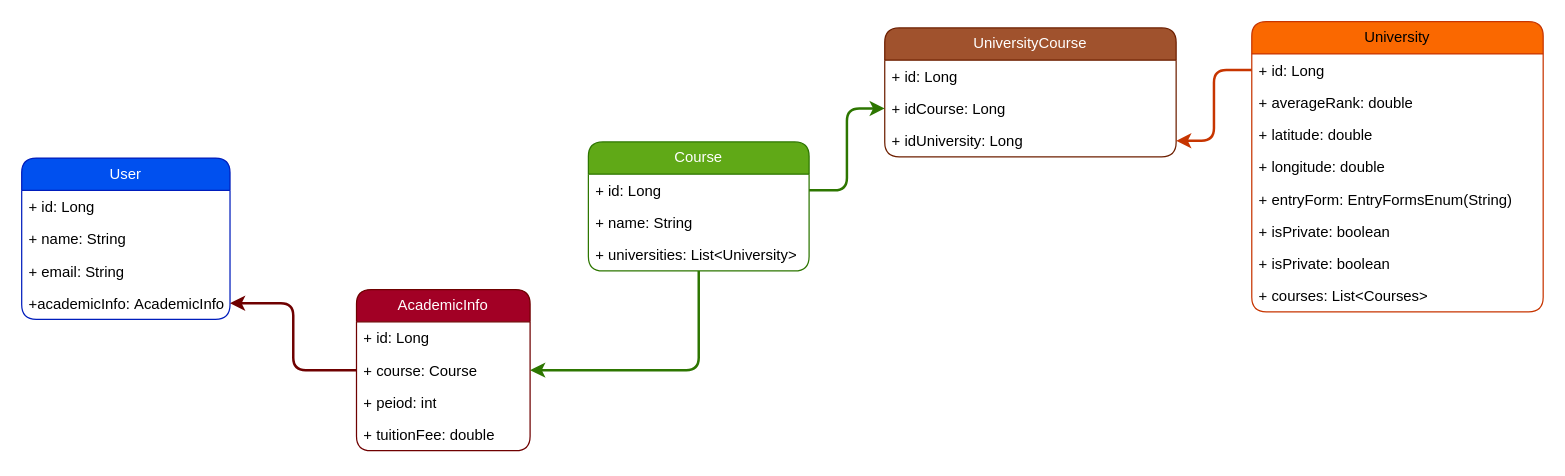
Above: EntityDiagram.drawio in RayCoWYDEN/rayco-docs (draw.io), before the change. Source tidied: cells renumbered, new cells numbered last; positions are measured from the earlier drawing's top-left corner, leaving out a move shared by most shapes. Both pictures are drawn from the tidied source at 124%, with x=0, y=0 at pixel (21, 21).
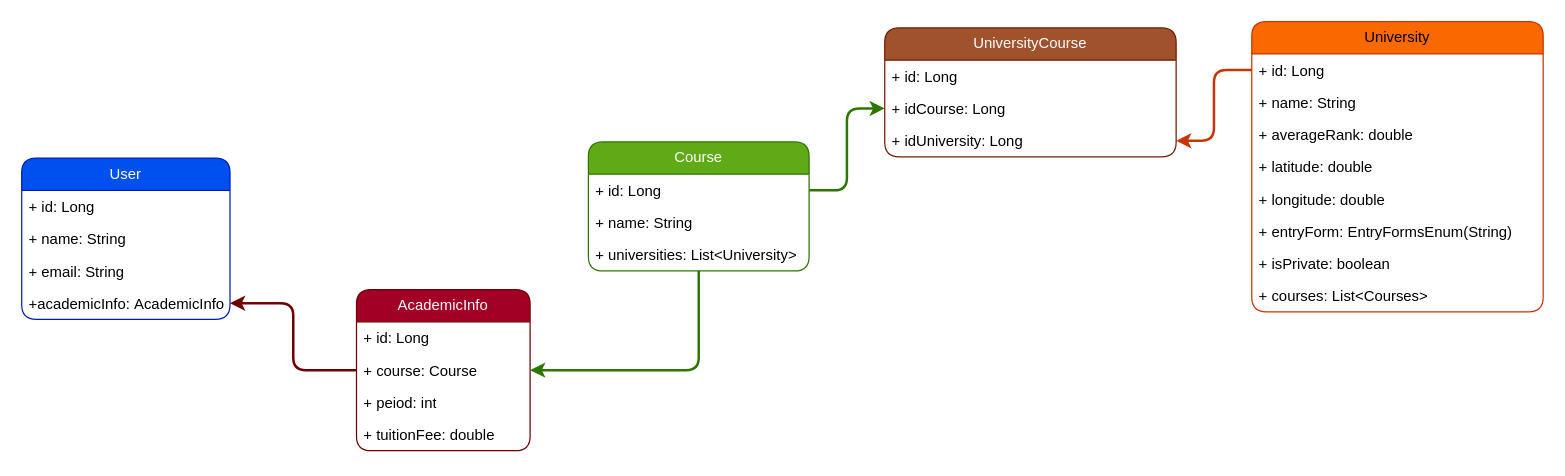
After the change.

The change refers to these unchanged cells:
```xml
<mxCell id="18" value="University" style="swimlane;fontStyle=0;horizontal=1;startSize=26;fillColor=#fa6800;whiteSpace=wrap;html=1;rounded=1;strokeColor=#C73500;fontColor=#000000;" parent="1" vertex="1">
  <mxGeometry x="992" width="235" height="234" as="geometry" />
</mxCell>
```

Diff of the diagram source:
```diff
@@
+    <mxCell id="33" value="+ name: String" style="text;strokeColor=none;fillColor=none;align=left;verticalAlign=top;spacingLeft=4;spacingRight=4;overflow=hidden;whiteSpace=wrap;html=1;rounded=1;" parent="18" vertex="1">
+      <mxGeometry y="52" width="235" height="26" as="geometry" />
+    </mxCell>
     <mxCell id="20" value="+ averageRank: double" style="text;strokeColor=none;fillColor=none;align=left;verticalAlign=top;spacingLeft=4;spacingRight=4;overflow=hidden;whiteSpace=wrap;html=1;rounded=1;" parent="18" vertex="1">
-      <mxGeometry y="52" width="235" height="26" as="geometry" />
+      <mxGeometry y="78" width="235" height="26" as="geometry" />
     </mxCell>
     <mxCell id="21" value="+ latitude: double" style="text;strokeColor=none;fillColor=none;align=left;verticalAlign=top;spacingLeft=4;spacingRight=4;overflow=hidden;whiteSpace=wrap;html=1;rounded=1;" parent="18" vertex="1">
-      <mxGeometry y="78" width="235" height="26" as="geometry" />
+      <mxGeometry y="104" width="235" height="26" as="geometry" />
     </mxCell>
     <mxCell id="22" value="+ longitude: double" style="text;strokeColor=none;fillColor=none;align=left;verticalAlign=top;spacingLeft=4;spacingRight=4;overflow=hidden;whiteSpace=wrap;html=1;rounded=1;" parent="18" vertex="1">
-      <mxGeometry y="104" width="235" height="26" as="geometry" />
+      <mxGeometry y="130" width="235" height="26" as="geometry" />
     </mxCell>
     <mxCell id="23" value="+ entryForm: EntryFormsEnum(String)" style="text;strokeColor=none;fillColor=none;align=left;verticalAlign=top;spacingLeft=4;spacingRight=4;overflow=hidden;whiteSpace=wrap;html=1;rounded=1;" parent="18" vertex="1">
-      <mxGeometry y="130" width="235" height="26" as="geometry" />
+      <mxGeometry y="156" width="235" height="26" as="geometry" />
     </mxCell>
     <mxCell id="24" value="+ isPrivate: boolean" style="text;strokeColor=none;fillColor=none;align=left;verticalAlign=top;spacingLeft=4;spacingRight=4;overflow=hidden;whiteSpace=wrap;html=1;rounded=1;" parent="18" vertex="1">
-      <mxGeometry y="156" width="235" height="26" as="geometry" />
+      <mxGeometry y="182" width="235" height="26" as="geometry" />
     </mxCell>
-    <mxCell id="25" value="+ isPrivate: boolean" style="text;strokeColor=none;fillColor=none;align=left;verticalAlign=top;spacingLeft=4;spacingRight=4;overflow=hidden;whiteSpace=wrap;html=1;rounded=1;" parent="18" vertex="1">
-      <mxGeometry y="182" width="235" height="26" as="geometry" />
-    </mxCell>
```
